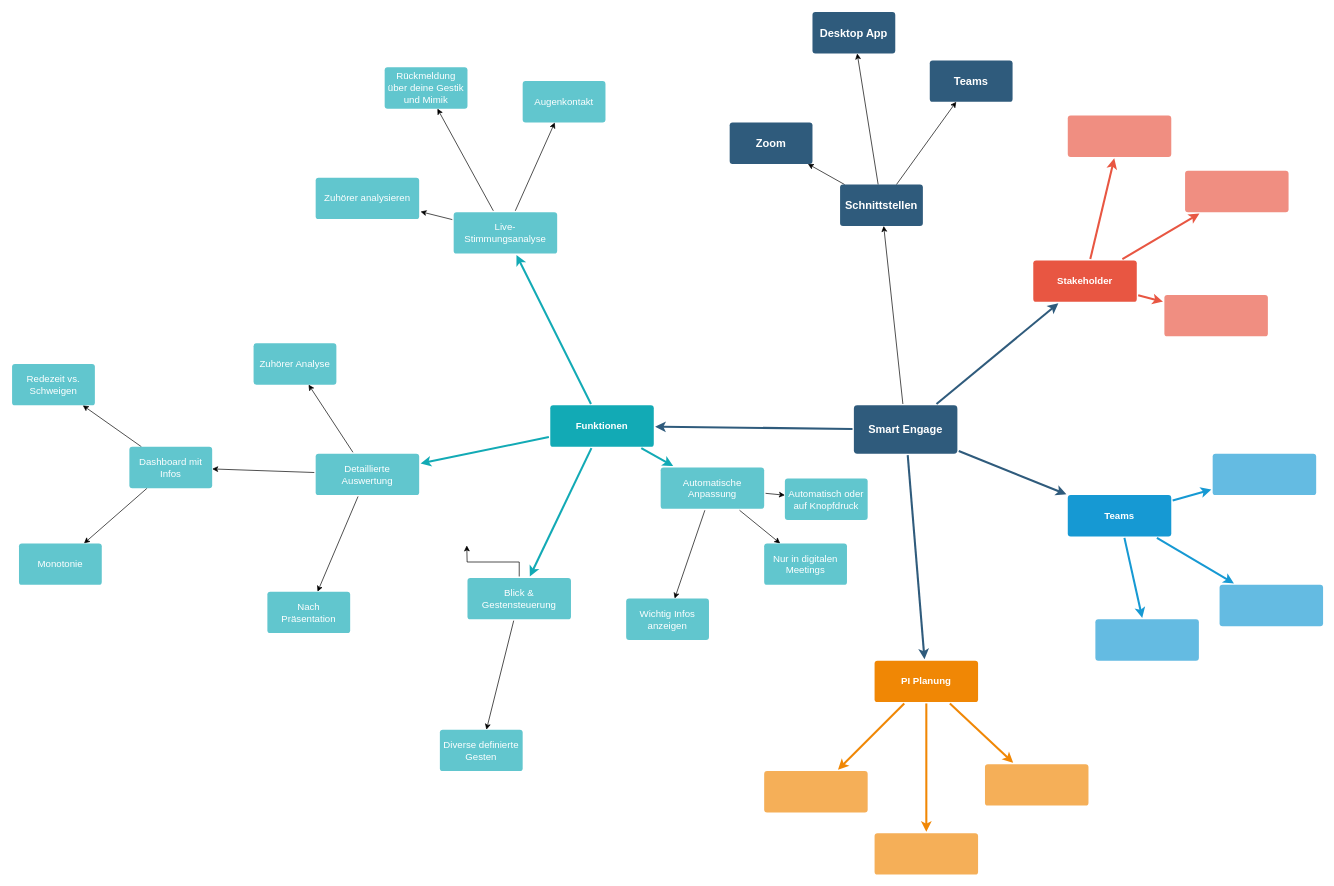
Earlier version of the draw.io diagram SmartEngage.drawio (jeromesigg/SmartEngage). Source tidied: cells renumbered, new cells numbered last; positions are measured from the earlier drawing's top-left corner, leaving out a move shared by most shapes. Both pictures are drawn from the tidied source at 69%, with x=0, y=0 at pixel (12, 12).
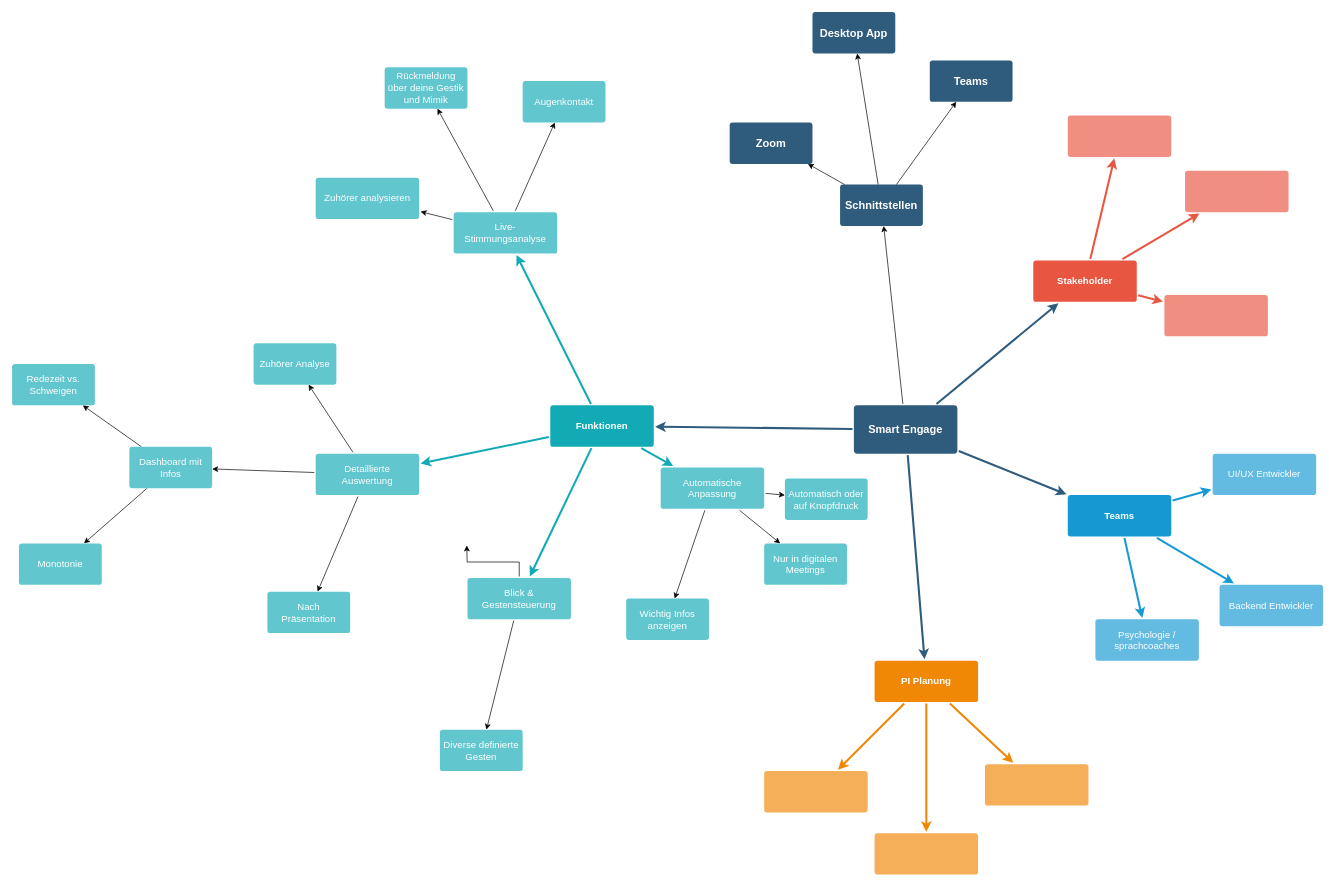
The same page after the edit.

Diff of the diagram source:
```diff
@@
-    <mxCell id="19" style="rounded=1;whiteSpace=wrap;html=1;shadow=0;labelBackgroundColor=none;strokeColor=none;strokeWidth=3;fillColor=#64bbe2;fontFamily=Helvetica;fontSize=14;fontColor=#FFFFFF;align=center;spacing=5;arcSize=7;perimeterSpacing=2;" parent="1" vertex="1">
+    <mxCell id="19" value="Backend Entwickler" style="rounded=1;whiteSpace=wrap;html=1;shadow=0;labelBackgroundColor=none;strokeColor=none;strokeWidth=3;fillColor=#64bbe2;fontFamily=Helvetica;fontSize=14;fontColor=#FFFFFF;align=center;spacing=5;arcSize=7;perimeterSpacing=2;" parent="1" vertex="1">
       <mxGeometry x="1750" y="830" width="150" height="60" as="geometry" />
     </mxCell>
-    <mxCell id="20" style="rounded=1;whiteSpace=wrap;html=1;shadow=0;labelBackgroundColor=none;strokeColor=none;strokeWidth=3;fillColor=#64bbe2;fontFamily=Helvetica;fontSize=14;fontColor=#FFFFFF;align=center;spacing=5;arcSize=7;perimeterSpacing=2;" parent="1" vertex="1">
+    <mxCell id="20" value="UI/UX Entwickler" style="rounded=1;whiteSpace=wrap;html=1;shadow=0;labelBackgroundColor=none;strokeColor=none;strokeWidth=3;fillColor=#64bbe2;fontFamily=Helvetica;fontSize=14;fontColor=#FFFFFF;align=center;spacing=5;arcSize=7;perimeterSpacing=2;" parent="1" vertex="1">
       <mxGeometry x="1740" y="640" width="150" height="60" as="geometry" />
     </mxCell>
-    <mxCell id="21" style="rounded=1;whiteSpace=wrap;html=1;shadow=0;labelBackgroundColor=none;strokeColor=none;strokeWidth=3;fillColor=#64bbe2;fontFamily=Helvetica;fontSize=14;fontColor=#FFFFFF;align=center;spacing=5;arcSize=7;perimeterSpacing=2;" parent="1" vertex="1">
+    <mxCell id="21" value="Psychologie / sprachcoaches" style="rounded=1;whiteSpace=wrap;html=1;shadow=0;labelBackgroundColor=none;strokeColor=none;strokeWidth=3;fillColor=#64bbe2;fontFamily=Helvetica;fontSize=14;fontColor=#FFFFFF;align=center;spacing=5;arcSize=7;perimeterSpacing=2;" parent="1" vertex="1">
       <mxGeometry x="1570" y="880" width="150" height="60" as="geometry" />
     </mxCell>
```
